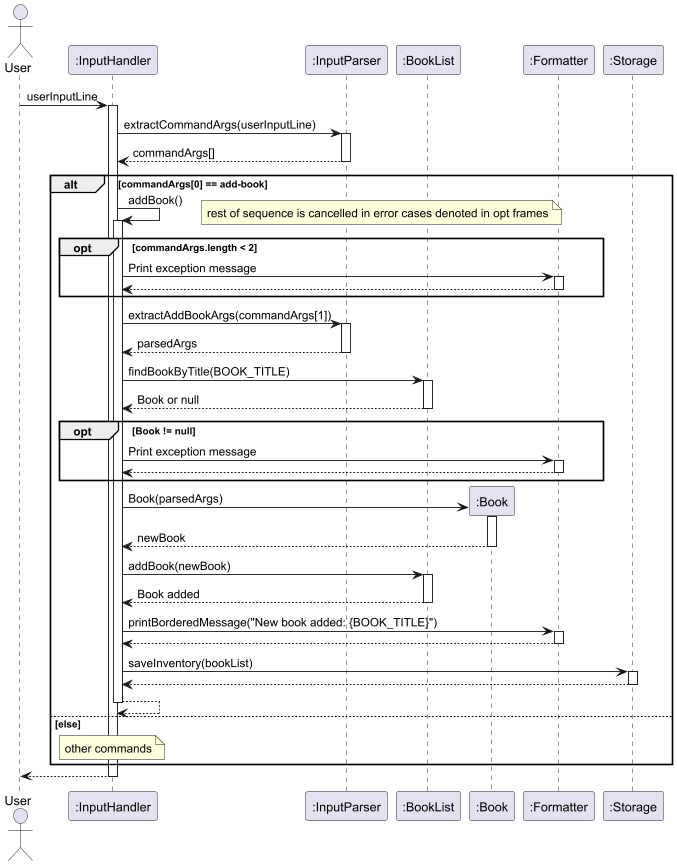
The PlantUML diagram docs/images/addBook.png in AY2425S2-CS2113-T12-2/tp, before a commit.
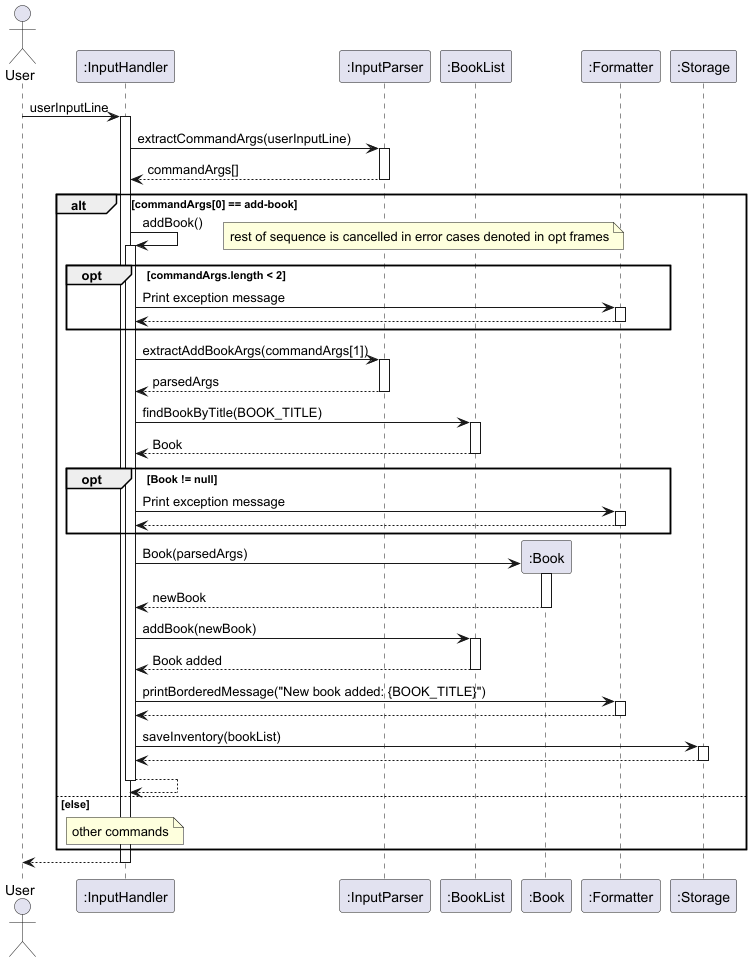
Above is the later version.

What changed in the source:
```diff
@@ -39,7 +39,7 @@
     InputHandler -> BookList: findBookByTitle(BOOK_TITLE)
     activate BookList
 
-    BookList --> InputHandler: Book or null
+    BookList --> InputHandler: Book
     deactivate BookList
 
     opt Book != null
```
